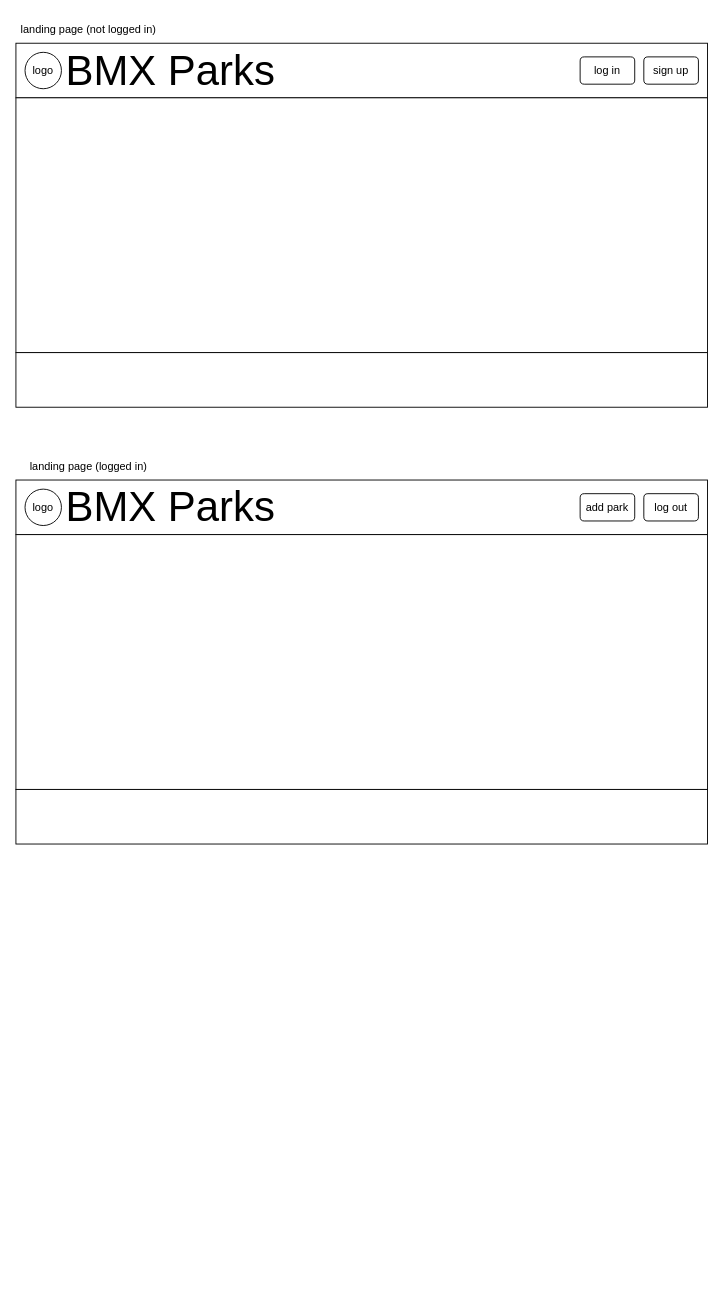
The draw.io diagram bmx-parks-app.drawio in forrestmorrison/bmxparks-app, before the edit. Source tidied: cells renumbered, new cells numbered last; positions are measured from the earlier drawing's top-left corner, leaving out a move shared by most shapes. Both pictures are drawn from the tidied source at 91%, with x=0, y=0 at pixel (15, 15).
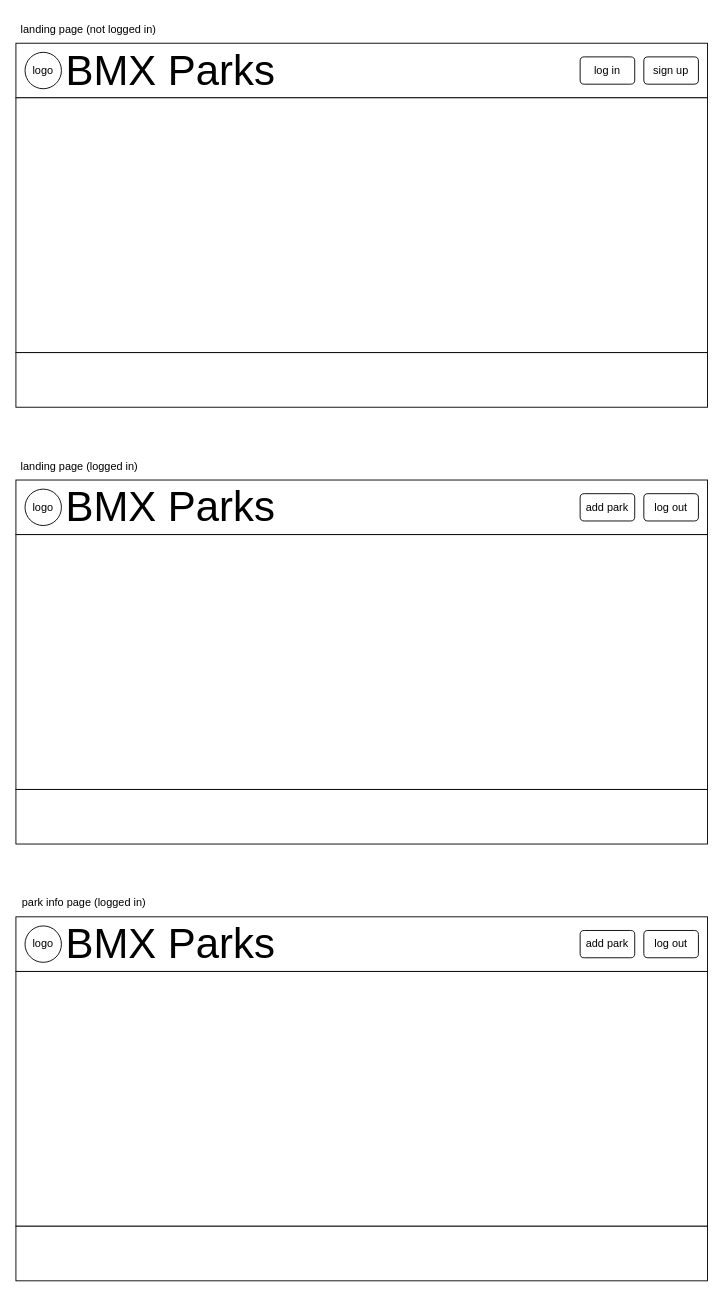
Above is the later version.

Commit message:
park info page

Change to the diagram source:
```diff
@@
     <mxCell id="19" value="landing page (logged in)" style="text;html=1;strokeColor=none;fillColor=none;align=center;verticalAlign=middle;whiteSpace=wrap;rounded=0;" parent="1" vertex="1">
-      <mxGeometry y="480" width="160" height="30" as="geometry" />
+      <mxGeometry y="480" width="140" height="30" as="geometry" />
     </mxCell>
@@
+    <mxCell id="24" style="rounded=0;whiteSpace=wrap;html=1;" parent="1" vertex="1">
+      <mxGeometry y="990" width="760" height="60" as="geometry" />
+    </mxCell>
+    <mxCell id="25" style="ellipse;whiteSpace=wrap;html=1;" parent="1" vertex="1">
+      <mxGeometry x="10" y="1000" width="40" height="40" as="geometry" />
+    </mxCell>
+    <mxCell id="26" value="&lt;font style=&quot;font-size: 46px;&quot;&gt;BMX Parks&lt;/font&gt;" style="text;html=1;strokeColor=none;fillColor=none;align=center;verticalAlign=middle;whiteSpace=wrap;rounded=0;" parent="1" vertex="1">
+      <mxGeometry x="50" y="1000" width="240" height="40" as="geometry" />
+    </mxCell>
+    <mxCell id="27" value="logo" style="text;html=1;strokeColor=none;fillColor=none;align=center;verticalAlign=middle;whiteSpace=wrap;rounded=0;" parent="1" vertex="1">
+      <mxGeometry x="10" y="1005" width="40" height="30" as="geometry" />
+    </mxCell>
+    <mxCell id="28" style="rounded=1;whiteSpace=wrap;html=1;" parent="1" vertex="1">
+      <mxGeometry x="620" y="1005" width="60" height="30" as="geometry" />
+    </mxCell>
+    <mxCell id="29" style="rounded=1;whiteSpace=wrap;html=1;" parent="1" vertex="1">
+      <mxGeometry x="690" y="1005" width="60" height="30" as="geometry" />
+    </mxCell>
+    <mxCell id="30" value="park info page (logged in)" style="text;html=1;strokeColor=none;fillColor=none;align=center;verticalAlign=middle;whiteSpace=wrap;rounded=0;" parent="1" vertex="1">
+      <mxGeometry y="960" width="150" height="30" as="geometry" />
+    </mxCell>
+    <mxCell id="31" value="add park" style="text;html=1;strokeColor=none;fillColor=none;align=center;verticalAlign=middle;whiteSpace=wrap;rounded=0;" parent="1" vertex="1">
+      <mxGeometry x="625" y="1005" width="50" height="30" as="geometry" />
+    </mxCell>
+    <mxCell id="32" value="log out" style="text;html=1;strokeColor=none;fillColor=none;align=center;verticalAlign=middle;whiteSpace=wrap;rounded=0;" parent="1" vertex="1">
+      <mxGeometry x="690" y="1010" width="60" height="20" as="geometry" />
+    </mxCell>
+    <mxCell id="33" style="rounded=0;whiteSpace=wrap;html=1;" parent="1" vertex="1">
+      <mxGeometry y="1050" width="760" height="280" as="geometry" />
+    </mxCell>
+    <mxCell id="34" style="rounded=0;whiteSpace=wrap;html=1;" parent="1" vertex="1">
+      <mxGeometry y="1330" width="760" height="60" as="geometry" />
+    </mxCell>
```
